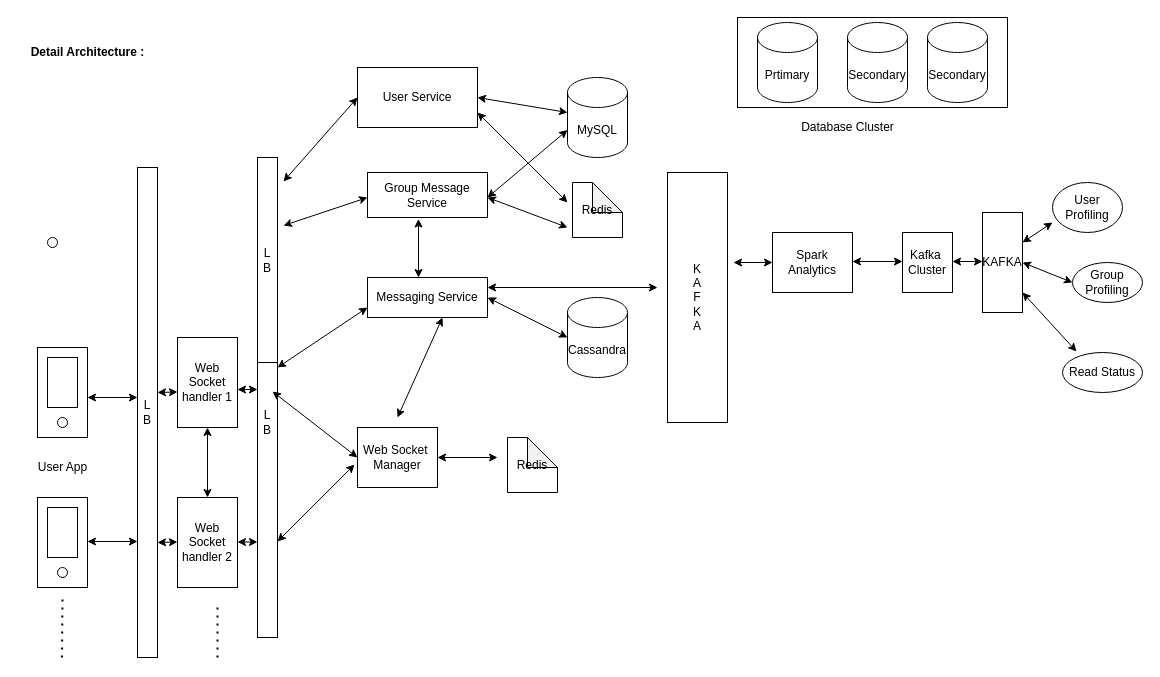
Earlier version of the draw.io diagram onlineProcessing/whatsapp.drawio (sandeeprgurav/systemDesign). Source tidied: cells renumbered, new cells numbered last; positions are measured from the earlier drawing's top-left corner, leaving out a move shared by most shapes. Both pictures are drawn from the tidied source at 100%, with x=0, y=0 at pixel (17, 17).
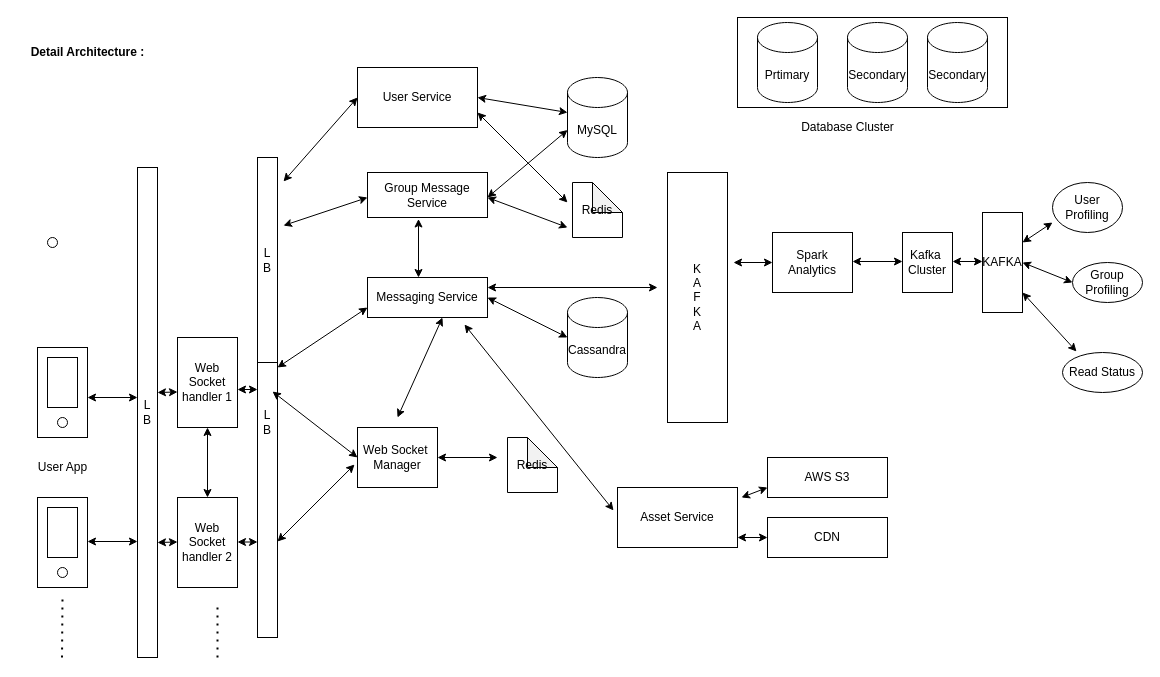
Above is the later version.

The change refers to these unchanged cells:
```xml
<mxCell id="25" value="Messaging Service" style="rounded=0;whiteSpace=wrap;html=1;" parent="1" vertex="1">
  <mxGeometry x="350" y="260" width="120" height="40" as="geometry" />
</mxCell>
```

What changed in the source:
```diff
@@
+    <mxCell id="66" value="Asset Service" style="rounded=0;whiteSpace=wrap;html=1;" parent="1" vertex="1">
+      <mxGeometry x="600" y="470" width="120" height="60" as="geometry" />
+    </mxCell>
+    <mxCell id="67" value="AWS S3" style="rounded=0;whiteSpace=wrap;html=1;" parent="1" vertex="1">
+      <mxGeometry x="750" y="440" width="120" height="40" as="geometry" />
+    </mxCell>
+    <mxCell id="68" value="CDN" style="rounded=0;whiteSpace=wrap;html=1;" parent="1" vertex="1">
+      <mxGeometry x="750" y="500" width="120" height="40" as="geometry" />
+    </mxCell>
+    <mxCell id="69" style="endArrow=classic;startArrow=classic;html=1;rounded=0;entryX=-0.033;entryY=0.383;entryDx=0;entryDy=0;entryPerimeter=0;exitX=0.808;exitY=1.175;exitDx=0;exitDy=0;exitPerimeter=0;" parent="1" edge="1" source="25" target="66">
+      <mxGeometry relative="1" as="geometry" />
+    </mxCell>
+    <mxCell id="70" style="endArrow=classic;startArrow=classic;html=1;rounded=0;" parent="1" edge="1">
+      <mxGeometry relative="1" as="geometry">
+        <mxPoint x="724" y="480" as="sourcePoint" />
+        <mxPoint x="750" y="470" as="targetPoint" />
+      </mxGeometry>
+    </mxCell>
+    <mxCell id="71" style="endArrow=classic;startArrow=classic;html=1;rounded=0;entryX=0;entryY=0.5;entryDx=0;entryDy=0;" parent="1" edge="1" target="68">
+      <mxGeometry relative="1" as="geometry">
+        <mxPoint x="720" y="520" as="sourcePoint" />
+      </mxGeometry>
+    </mxCell>
```
